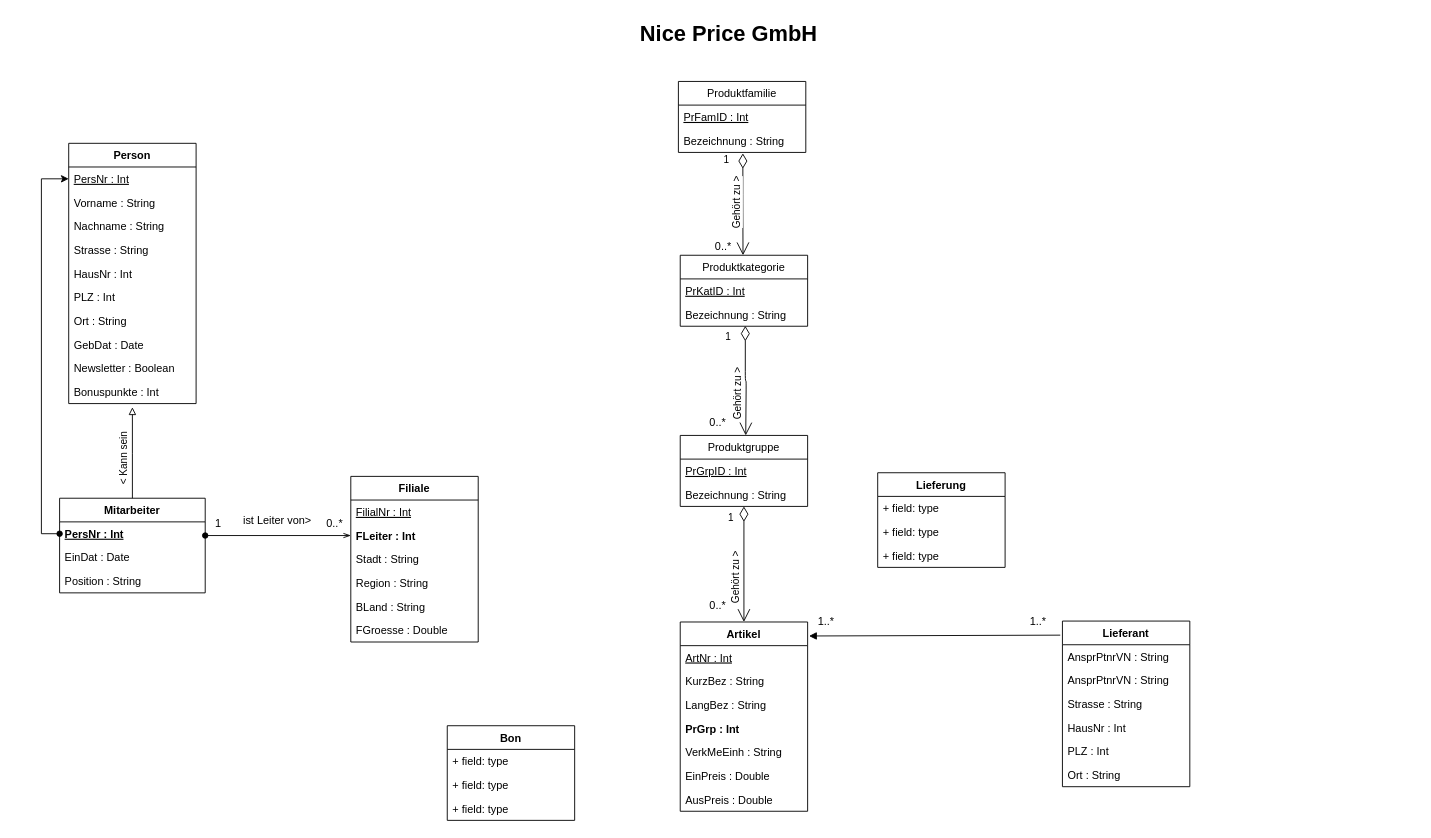
Before: NicePriceUML.drawio in Resteklicken/DBS, a draw.io diagram. Source tidied: cells renumbered, new cells numbered last; positions are measured from the earlier drawing's top-left corner, leaving out a move shared by most shapes. Both pictures are drawn from the tidied source at 91%, with x=0, y=0 at pixel (41, 15).
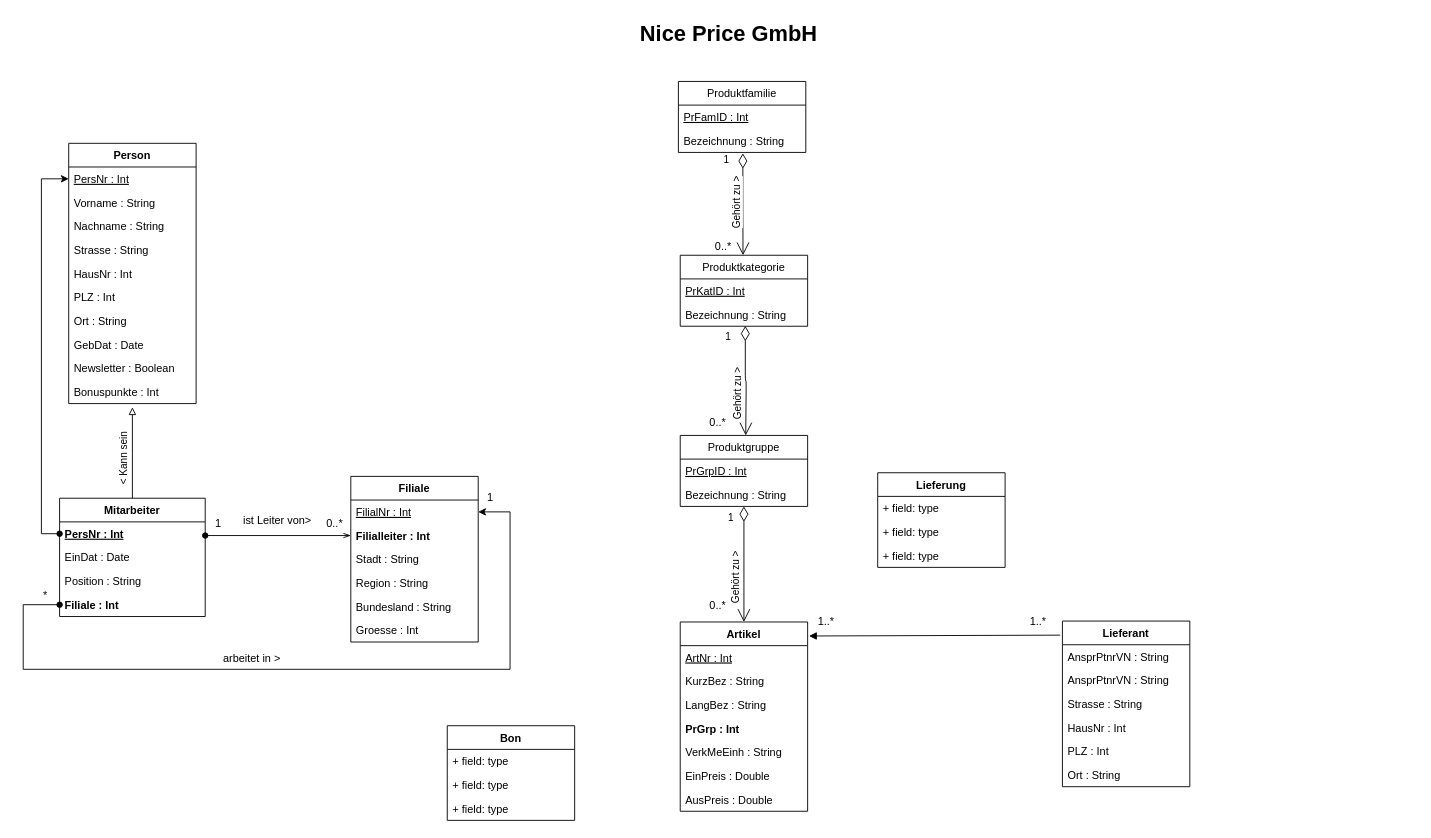
The same diagram, later.

The change refers to these unchanged cells:
```xml
<mxCell id="20" value="Filiale" style="swimlane;fontStyle=1;horizontal=1;startSize=26;fillColor=none;" parent="1" vertex="1">
  <mxGeometry x="340" y="506" width="140" height="182" as="geometry" />
</mxCell>
<mxCell id="21" value="FilialNr : Int" style="text;strokeColor=none;fillColor=none;align=left;verticalAlign=top;spacingLeft=4;spacingRight=4;overflow=hidden;points=[[0,0.5],[1,0.5]];portConstraint=eastwest;fontStyle=4;" parent="20" vertex="1">
  <mxGeometry y="26" width="140" height="26" as="geometry" />
</mxCell>
```

Change to the diagram source:
```diff
@@
     <mxCell id="15" value="Mitarbeiter&#10;" style="swimlane;fontStyle=1;align=center;verticalAlign=top;horizontal=1;startSize=26;fillColor=none;" parent="1" vertex="1">
-      <mxGeometry x="20" y="530" width="160" height="104" as="geometry" />
+      <mxGeometry x="20" y="530" width="160" height="130" as="geometry" />
     </mxCell>
@@
+    <mxCell id="76" value="Filiale : Int" style="text;strokeColor=none;fillColor=none;align=left;verticalAlign=top;spacingLeft=4;spacingRight=4;overflow=hidden;points=[[0,0.5],[1,0.5]];portConstraint=eastwest;fontStyle=1;" parent="15" vertex="1">
+      <mxGeometry y="104" width="160" height="26" as="geometry" />
+    </mxCell>
@@
-    <mxCell id="22" value="FLeiter : Int" style="text;strokeColor=none;fillColor=none;align=left;verticalAlign=top;spacingLeft=4;spacingRight=4;overflow=hidden;fontStyle=1;" parent="20" vertex="1">
+    <mxCell id="22" value="Filialleiter : Int" style="text;strokeColor=none;fillColor=none;align=left;verticalAlign=top;spacingLeft=4;spacingRight=4;overflow=hidden;fontStyle=1;" parent="20" vertex="1">
       <mxGeometry y="52" width="140" height="26" as="geometry" />
     </mxCell>
@@
-    <mxCell id="25" value="BLand : String" style="text;strokeColor=none;fillColor=none;align=left;verticalAlign=top;spacingLeft=4;spacingRight=4;overflow=hidden;" parent="20" vertex="1">
+    <mxCell id="25" value="Bundesland : String" style="text;strokeColor=none;fillColor=none;align=left;verticalAlign=top;spacingLeft=4;spacingRight=4;overflow=hidden;" parent="20" vertex="1">
       <mxGeometry y="130" width="140" height="26" as="geometry" />
     </mxCell>
-    <mxCell id="26" value="FGroesse : Double" style="text;strokeColor=none;fillColor=none;align=left;verticalAlign=top;spacingLeft=4;spacingRight=4;overflow=hidden;" parent="20" vertex="1">
+    <mxCell id="26" value="Groesse : Int" style="text;strokeColor=none;fillColor=none;align=left;verticalAlign=top;spacingLeft=4;spacingRight=4;overflow=hidden;" parent="20" vertex="1">
       <mxGeometry y="156" width="140" height="26" as="geometry" />
     </mxCell>
@@
+    <mxCell id="77" style="edgeStyle=orthogonalEdgeStyle;rounded=0;jettySize=auto;html=1;entryX=1;entryY=0.5;entryDx=0;entryDy=0;exitX=0;exitY=0.5;exitDx=0;exitDy=0;startArrow=oval;startFill=1;" parent="1" edge="1" source="76" target="21">
+      <mxGeometry relative="1" as="geometry">
+        <Array as="points">
+          <mxPoint x="-20" y="647" />
+          <mxPoint x="-20" y="718" />
+          <mxPoint x="515" y="718" />
+          <mxPoint x="515" y="545" />
+        </Array>
+      </mxGeometry>
+    </mxCell>
+    <mxCell id="78" value="arbeitet in &amp;gt;" style="text;html=1;align=center;verticalAlign=middle;" parent="1" vertex="1">
+      <mxGeometry x="194" y="698" width="73" height="18" as="geometry" />
+    </mxCell>
+    <mxCell id="79" value="*" style="text;html=1;align=center;verticalAlign=middle;" parent="1" vertex="1">
+      <mxGeometry x="-4" y="628" width="15" height="18" as="geometry" />
+    </mxCell>
+    <mxCell id="80" value="1" style="text;html=1;align=center;verticalAlign=middle;" parent="1" vertex="1">
+      <mxGeometry x="485" y="521" width="16" height="18" as="geometry" />
+    </mxCell>
```
